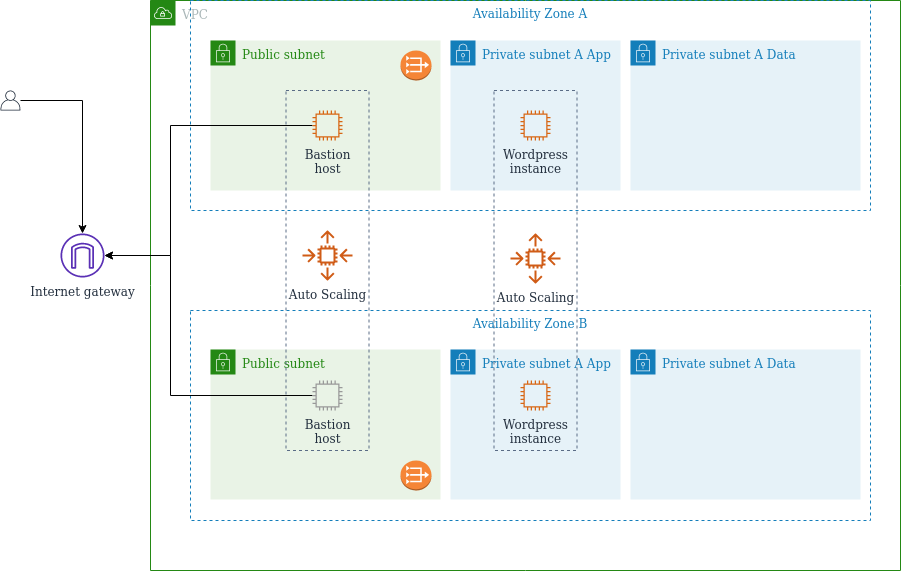
The draw.io diagram images/scheme.png in Alex-SBK/wordpress-aws-best-practices, before a commit. Source tidied: cells renumbered, new cells last; positions are measured from the earlier drawing's top-left corner, leaving out a move shared by most shapes.
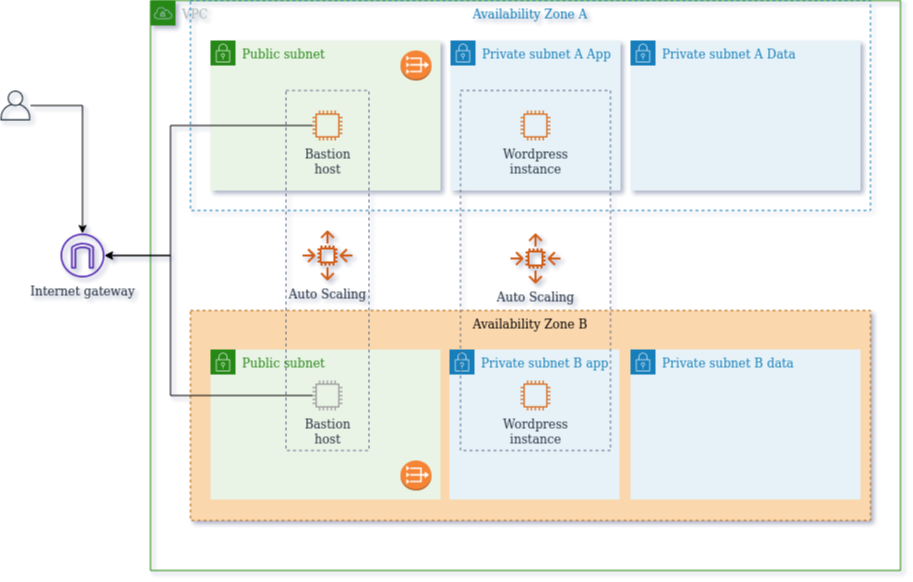
After the commit.

The edit, as a diff of the source:
```diff
@@ -1,26 +1,26 @@
-<mxGraphModel>
+<mxGraphModel background="#FFFFFF" shadow="1">
   <root>
     <mxCell id="0" />
     <mxCell id="1" parent="0" />
+    <mxCell id="5" value="Availability Zone B" style="strokeColor=#b46504;dashed=1;verticalAlign=top;fontStyle=0;fillColor=#fad7ac;" parent="1" vertex="1">
+      <mxGeometry x="190" y="310" width="680" height="210" as="geometry" />
+    </mxCell>
+    <mxCell id="6" value="VPC" style="gradientColor=none;html=1;whiteSpace=wrap;fontSize=12;fontStyle=0;shape=mxgraph.aws4.group;grIcon=mxgraph.aws4.group_vpc;strokeColor=#248814;fillColor=none;verticalAlign=top;align=left;spacingLeft=30;fontColor=#AAB7B8;dashed=0;" parent="1" vertex="1">
+      <mxGeometry x="150" width="750" height="570" as="geometry" />
+    </mxCell>
-    <mxCell id="2" value="Private subnet A App" style="gradientColor=none;html=1;whiteSpace=wrap;fontSize=12;fontStyle=0;shape=mxgraph.aws4.group;grIcon=mxgraph.aws4.group_security_group;grStroke=0;strokeColor=#147EBA;fillColor=#E6F2F8;verticalAlign=top;align=left;spacingLeft=30;fontColor=#147EBA;dashed=0;" parent="1" vertex="1">
-      <mxGeometry x="450" y="349" width="170" height="150" as="geometry" />
+    <mxCell id="2" value="Private subnet B app" style="gradientColor=none;html=1;whiteSpace=wrap;fontSize=12;fontStyle=0;shape=mxgraph.aws4.group;grIcon=mxgraph.aws4.group_security_group;grStroke=0;strokeColor=#147EBA;fillColor=#E6F2F8;verticalAlign=top;align=left;spacingLeft=30;fontColor=#147EBA;dashed=0;" parent="1" vertex="1">
+      <mxGeometry x="449" y="349" width="170" height="150" as="geometry" />
     </mxCell>
     <mxCell id="3" value="Private subnet A App" style="gradientColor=none;html=1;whiteSpace=wrap;fontSize=12;fontStyle=0;shape=mxgraph.aws4.group;grIcon=mxgraph.aws4.group_security_group;grStroke=0;strokeColor=#147EBA;fillColor=#E6F2F8;verticalAlign=top;align=left;spacingLeft=30;fontColor=#147EBA;dashed=0;" parent="1" vertex="1">
       <mxGeometry x="450" y="40" width="170" height="150" as="geometry" />
     </mxCell>
     <mxCell id="4" style="fillColor=none;strokeColor=#5A6C86;dashed=1;verticalAlign=top;fontStyle=0;fontColor=#5A6C86;" parent="1" vertex="1">
-      <mxGeometry x="493.5" y="90" width="83" height="360" as="geometry" />
+      <mxGeometry x="460" y="90" width="150" height="360" as="geometry" />
     </mxCell>
-    <mxCell id="5" value="Availability Zone B" style="fillColor=none;strokeColor=#147EBA;dashed=1;verticalAlign=top;fontStyle=0;fontColor=#147EBA;" parent="1" vertex="1">
-      <mxGeometry x="190" y="310" width="680" height="210" as="geometry" />
-    </mxCell>
-    <mxCell id="6" value="VPC" style="gradientColor=none;html=1;whiteSpace=wrap;fontSize=12;fontStyle=0;shape=mxgraph.aws4.group;grIcon=mxgraph.aws4.group_vpc;strokeColor=#248814;fillColor=none;verticalAlign=top;align=left;spacingLeft=30;fontColor=#AAB7B8;dashed=0;" parent="1" vertex="1">
-      <mxGeometry x="150" width="750" height="570" as="geometry" />
-    </mxCell>
     <mxCell id="7" value="Public subnet" style="gradientColor=none;html=1;whiteSpace=wrap;fontSize=12;fontStyle=0;shape=mxgraph.aws4.group;grIcon=mxgraph.aws4.group_security_group;grStroke=0;strokeColor=#248814;fillColor=#E9F3E6;verticalAlign=top;align=left;spacingLeft=30;fontColor=#248814;dashed=0;" parent="1" vertex="1">
       <mxGeometry x="210" y="349" width="230" height="150" as="geometry" />
     </mxCell>
-    <mxCell id="8" value="Private subnet A Data" style="gradientColor=none;html=1;whiteSpace=wrap;fontSize=12;fontStyle=0;shape=mxgraph.aws4.group;grIcon=mxgraph.aws4.group_security_group;grStroke=0;strokeColor=#147EBA;fillColor=#E6F2F8;verticalAlign=top;align=left;spacingLeft=30;fontColor=#147EBA;dashed=0;" parent="1" vertex="1">
+    <mxCell id="8" value="Private subnet B data" style="gradientColor=none;html=1;whiteSpace=wrap;fontSize=12;fontStyle=0;shape=mxgraph.aws4.group;grIcon=mxgraph.aws4.group_security_group;grStroke=0;strokeColor=#147EBA;fillColor=#E6F2F8;verticalAlign=top;align=left;spacingLeft=30;fontColor=#147EBA;dashed=0;" parent="1" vertex="1">
       <mxGeometry x="630" y="349" width="230" height="150" as="geometry" />
     </mxCell>
     <mxCell id="9" value="Availability Zone A" style="fillColor=none;strokeColor=#147EBA;dashed=1;verticalAlign=top;fontStyle=0;fontColor=#147EBA;" parent="1" vertex="1">
@@ -56,7 +56,7 @@
       <mxGeometry relative="1" as="geometry" />
     </mxCell>
     <mxCell id="18" style="outlineConnect=0;fontColor=#232F3E;gradientColor=none;fillColor=#232F3E;strokeColor=none;dashed=0;verticalLabelPosition=bottom;verticalAlign=top;align=center;html=1;fontSize=12;fontStyle=0;shape=mxgraph.aws4.user;" parent="1" vertex="1">
-      <mxGeometry y="90" width="20" height="20" as="geometry" />
+      <mxGeometry y="90" width="30" height="30" as="geometry" />
     </mxCell>
     <mxCell id="19" style="edgeStyle=orthogonalEdgeStyle;rounded=0;jettySize=auto;html=1;" parent="1" edge="1" source="20" target="16">
       <mxGeometry relative="1" as="geometry">
```
